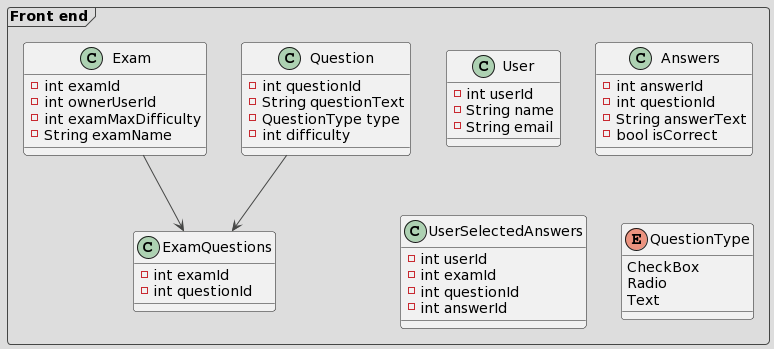
This is current_uml.png from IGabrielIli/OnlineAssessment-Gr3, a PlantUML export, as it was before one commit. Source of this version:
```plantuml
@startuml
!theme toy
frame "Front end" {
  class User {
    -int userId
    -String name
    -String email
  }
  class Question {
    -int questionId
    -String questionText
    -QuestionType type
    -int difficulty
  }
  class Exam {
    -int examId
    -int ownerUserId
    -int examMaxDifficulty
    -String examName
  }
  class ExamQuestions {
    -int examId
    -int questionId
  }
  class Answers {
    -int answerId
    -int questionId
    -String answerText
    -bool isCorrect
  }
  class UserSelectedAnswers {
    -int userId
    -int examId
    -int questionId
    -int answerId
  }
  Exam --> ExamQuestions
  Question --> ExamQuestions
  enum QuestionType {
    CheckBox
    Radio
    Text
  }
}
@enduml
```
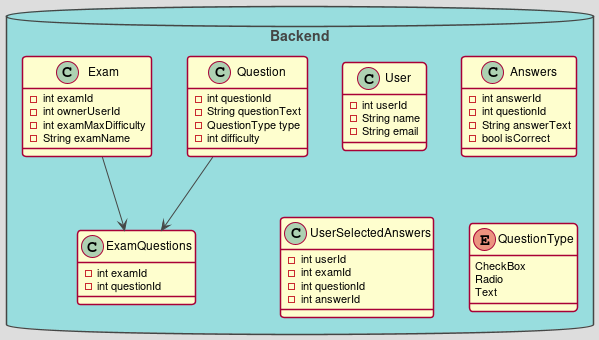
Later version of the same file.

The edit, as a diff of the source:
```diff
@@ -1,6 +1,6 @@
-@startuml
+@startuml ADOPSE_uml
 !theme toy
-frame "Front end" {
+database "Backend" {
   class User {
     -int userId
     -String name
```
